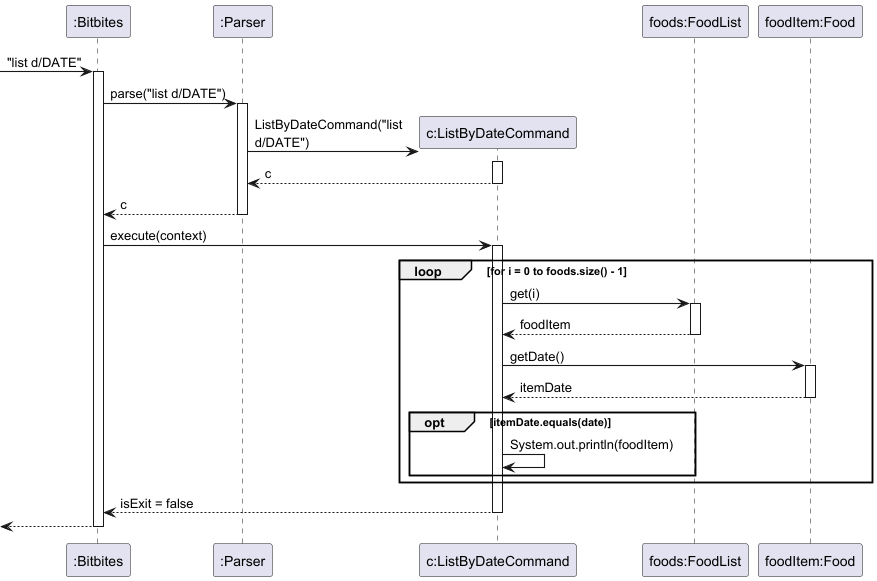
The PlantUML diagram docs/uml/listFromDate.png in bryanyeo3125/tp, before a commit.
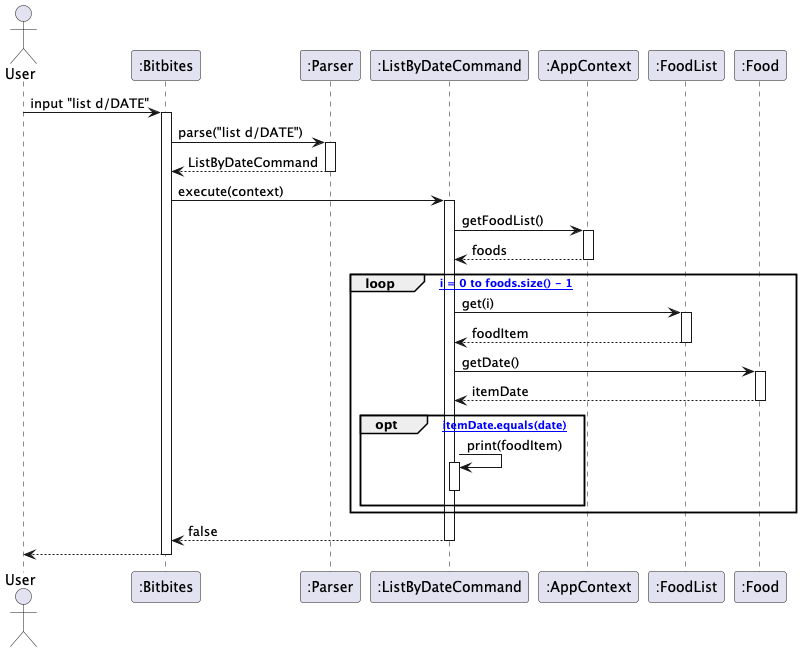
The same diagram one commit later.

The edit, as a diff of the source:
```diff
@@ -1,50 +1,49 @@
 @startuml
-skinparam arrowThickness 1.1
-skinparam maxMessageSize 150
-
+actor User
 participant ":Bitbites" as Bitbites
 participant ":Parser" as Parser
-participant "c:ListByDateCommand" as ListByDateCommand
-participant "foods:FoodList" as FoodList
-participant "foodItem:Food" as Food
+participant ":ListByDateCommand" as ListByDateCommand
+participant ":AppContext" as AppContext
+participant ":FoodList" as FoodList
+participant ":Food" as Food
 
--> Bitbites : "list d/DATE"
+User -> Bitbites : input "list d/DATE"
 activate Bitbites
 
 Bitbites -> Parser : parse("list d/DATE")
 activate Parser
-
-create ListByDateCommand
-Parser -> ListByDateCommand : ListByDateCommand("list d/DATE")
-activate ListByDateCommand
-ListByDateCommand --> Parser : c
-deactivate ListByDateCommand
-
-Parser --> Bitbites : c
+Parser --> Bitbites : ListByDateCommand
 deactivate Parser
 
 Bitbites -> ListByDateCommand : execute(context)
 activate ListByDateCommand
 
-loop for i = 0 to foods.size() - 1
-    ListByDateCommand -> FoodList : get(i)
-    activate FoodList
-    FoodList --> ListByDateCommand : foodItem
-    deactivate FoodList
+ListByDateCommand -> AppContext : getFoodList()
+activate AppContext
+AppContext --> ListByDateCommand : foods
+deactivate AppContext
 
-    ListByDateCommand -> Food : getDate()
-    activate Food
-    Food --> ListByDateCommand : itemDate
-    deactivate Food
+loop [for i = 0 to foods.size() - 1]
+  ListByDateCommand -> FoodList : get(i)
+  activate FoodList
+  FoodList --> ListByDateCommand : foodItem
+  deactivate FoodList
 
-    opt itemDate.equals(date)
-        ListByDateCommand -> ListByDateCommand : System.out.println(foodItem)
-    end
+  ListByDateCommand -> Food : getDate()
+  activate Food
+  Food --> ListByDateCommand : itemDate
+  deactivate Food
+
+  opt [itemDate.equals(date)]
+    ListByDateCommand -> ListByDateCommand : print(foodItem)
+    activate ListByDateCommand
+    deactivate ListByDateCommand
+  end
 end
 
-ListByDateCommand --> Bitbites : isExit = false
+ListByDateCommand --> Bitbites : false
 deactivate ListByDateCommand
 
-<-- Bitbites
+Bitbites --> User
 deactivate Bitbites
 @enduml
```
